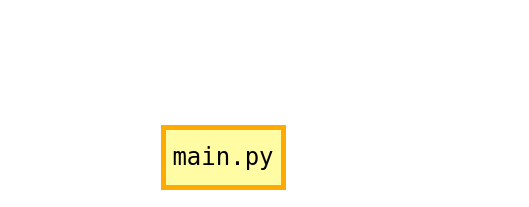
The draw.io diagram Untitled Diagram.drawio in MikelSotomonte/mask-turret, before the edit. Source tidied: cells renumbered, new cells numbered last; positions are measured from the earlier drawing's top-left corner, leaving out a move shared by most shapes. Both pictures are drawn from the tidied source at 100%, with x=0, y=0 at pixel (163, 127).
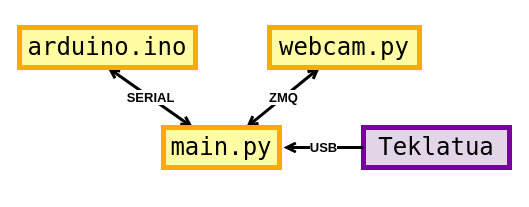
The same diagram, later.

Change to the diagram source:
```diff
@@
 <mxGraphModel>
   <root>
     <mxCell id="0" />
     <mxCell id="1" parent="0" />
+    <mxCell id="3" value="ZMQ" style="edgeStyle=none;sketch=0;jettySize=auto;html=1;startSize=6;sourcePerimeterSpacing=0;endArrow=open;endFill=0;endSize=6;targetPerimeterSpacing=0;strokeWidth=3;fontSize=13;startArrow=open;startFill=0;horizontal=1;verticalAlign=middle;fontStyle=1;" parent="1" edge="1" source="2" target="7">
+      <mxGeometry relative="1" as="geometry" />
+    </mxCell>
+    <mxCell id="4" value="&lt;b&gt;SERIAL&lt;/b&gt;" style="edgeStyle=none;sketch=0;jettySize=auto;html=1;startArrow=open;startFill=0;startSize=6;sourcePerimeterSpacing=0;endArrow=open;endFill=0;endSize=6;targetPerimeterSpacing=0;strokeWidth=3;fontSize=13;entryX=0.5;entryY=1;entryDx=0;entryDy=0;" parent="1" edge="1" source="2" target="8">
+      <mxGeometry relative="1" as="geometry" />
+    </mxCell>
     <mxCell id="2" value="&lt;h1&gt;&lt;font face=&quot;Lucida Console&quot;&gt;&lt;span style=&quot;font-weight: normal&quot;&gt;main.py&lt;/span&gt;&lt;/font&gt;&lt;/h1&gt;" style="rounded=0;whiteSpace=wrap;html=1;strokeWidth=5;glass=0;sketch=0;shadow=0;strokeColor=#FFAA00;fillColor=#FFFCA3;" parent="1" vertex="1">
-      <mxGeometry width="120" height="60" as="geometry" />
+      <mxGeometry width="116" height="40" as="geometry" />
     </mxCell>
+    <mxCell id="5" value="&lt;h1&gt;&lt;font face=&quot;Lucida Console&quot;&gt;&lt;span style=&quot;font-weight: normal&quot;&gt;Teklatua&lt;/span&gt;&lt;/font&gt;&lt;/h1&gt;" style="rounded=0;whiteSpace=wrap;html=1;strokeWidth=5;glass=0;sketch=0;shadow=0;fillColor=#e1d5e7;strokeColor=#760299;" parent="1" vertex="1">
+      <mxGeometry x="200" width="146" height="40" as="geometry" />
+    </mxCell>
+    <mxCell id="6" value="&lt;span style=&quot;font-size: 13px;&quot;&gt;USB&lt;/span&gt;" style="endArrow=open;html=1;exitX=0;exitY=0.5;exitDx=0;exitDy=0;entryX=1;entryY=0.5;entryDx=0;entryDy=0;strokeWidth=3;endFill=0;targetPerimeterSpacing=0;sourcePerimeterSpacing=0;endSize=6;startSize=6;jumpStyle=none;sketch=0;verticalAlign=middle;fontSize=13;horizontal=1;fontStyle=1;" parent="1" edge="1" source="5">
+      <mxGeometry relative="1" as="geometry">
+        <mxPoint x="120" y="20" as="targetPoint" />
+      </mxGeometry>
+    </mxCell>
+    <mxCell id="7" value="&lt;h1&gt;&lt;font face=&quot;Lucida Console&quot;&gt;&lt;span style=&quot;font-weight: normal&quot;&gt;webcam.py&lt;/span&gt;&lt;/font&gt;&lt;/h1&gt;" style="rounded=0;whiteSpace=wrap;html=1;strokeWidth=5;glass=0;sketch=0;shadow=0;strokeColor=#FFAA00;fillColor=#FFFCA3;" parent="1" vertex="1">
+      <mxGeometry x="106" y="-100" width="150" height="40" as="geometry" />
+    </mxCell>
+    <mxCell id="8" value="&lt;h1&gt;&lt;font face=&quot;Lucida Console&quot;&gt;&lt;span style=&quot;font-weight: normal&quot;&gt;arduino.ino&lt;/span&gt;&lt;/font&gt;&lt;/h1&gt;" style="rounded=0;whiteSpace=wrap;html=1;strokeWidth=5;glass=0;sketch=0;shadow=0;strokeColor=#FFAA00;fillColor=#FFFCA3;" parent="1" vertex="1">
+      <mxGeometry x="-144" y="-100" width="176" height="40" as="geometry" />
+    </mxCell>
   </root>
 </mxGraphModel>
```
